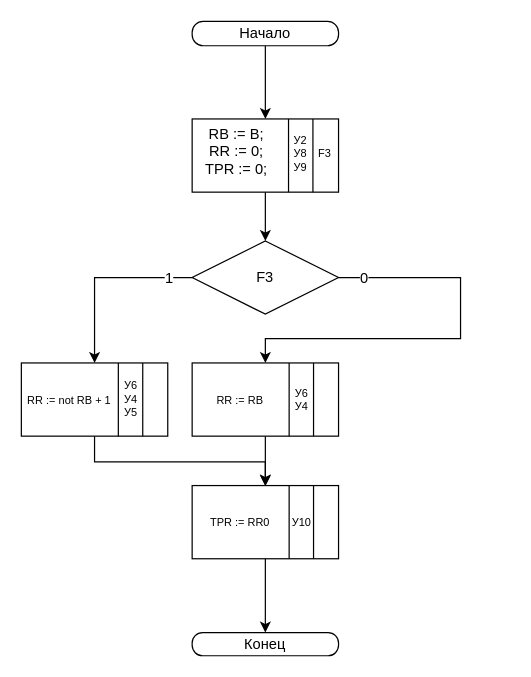
meyakovenkoj/processor-coursework keeps this draw.io diagram as draw.io/microOp2Diagram.drawio. Above is the earlier version. Source tidied: cells renumbered, new cells numbered last; positions are measured from the earlier drawing's top-left corner, leaving out a move shared by most shapes. Both pictures are drawn from the tidied source at 122%, with x=0, y=0 at pixel (21, 21).
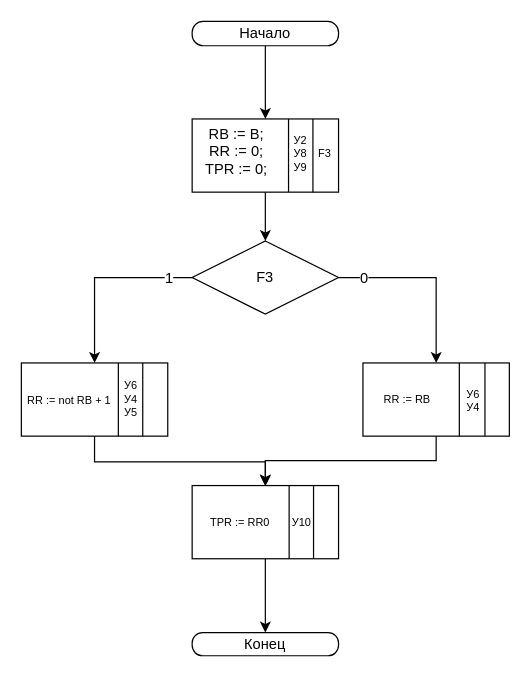
The same diagram, later.

Unchanged cells that the change refers to:
```xml
<mxCell id="16" value="F3" style="rhombus;whiteSpace=wrap;html=1;" parent="1" vertex="1">
  <mxGeometry x="140" y="180" width="120" height="60" as="geometry" />
</mxCell>
<mxCell id="30" style="rounded=0;whiteSpace=wrap;html=1;" parent="1" vertex="1">
  <mxGeometry x="140" y="380.5" width="120" height="60" as="geometry" />
</mxCell>
```

Change to the diagram source:
```diff
@@
     <mxCell id="14" style="edgeStyle=orthogonalEdgeStyle;rounded=0;jettySize=auto;html=1;exitX=1;exitY=0.5;exitDx=0;exitDy=0;jumpSize=6;entryX=0.5;entryY=0;entryDx=0;entryDy=0;" parent="1" edge="1" source="16" target="18">
       <mxGeometry relative="1" as="geometry">
         <Array as="points">
-          <mxPoint x="360" y="210" />
-          <mxPoint x="360" y="260" />
-          <mxPoint x="200" y="260" />
+          <mxPoint x="340" y="210" />
         </Array>
       </mxGeometry>
     </mxCell>
     <mxCell id="15" value="0" style="text;html=1;align=center;verticalAlign=middle;labelBackgroundColor=#ffffff;" parent="14" vertex="1">
       <mxGeometry x="0.15" relative="1" as="geometry">
-        <mxPoint x="-40" y="-50" as="offset" />
+        <mxPoint x="-60" y="-6" as="offset" />
       </mxGeometry>
     </mxCell>
@@
     <mxCell id="17" style="edgeStyle=orthogonalEdgeStyle;rounded=0;jettySize=auto;html=1;entryX=0.5;entryY=0;entryDx=0;entryDy=0;fontSize=11;" parent="1" edge="1" source="18" target="30">
-      <mxGeometry relative="1" as="geometry" />
+      <mxGeometry relative="1" as="geometry">
+        <Array as="points">
+          <mxPoint x="340" y="360" />
+          <mxPoint x="200" y="360" />
+        </Array>
+      </mxGeometry>
     </mxCell>
     <mxCell id="18" style="rounded=0;whiteSpace=wrap;html=1;" parent="1" vertex="1">
-      <mxGeometry x="140" y="280" width="120" height="60" as="geometry" />
+      <mxGeometry x="280" y="280" width="120" height="60" as="geometry" />
     </mxCell>
-    <mxCell id="19" style="endArrow=none;html=1;exitX=0.583;exitY=1;exitDx=0;exitDy=0;exitPerimeter=0;" parent="1" edge="1">
+    <mxCell id="19" style="endArrow=none;html=1;" parent="1" edge="1">
       <mxGeometry relative="1" as="geometry">
-        <mxPoint x="219.5" y="340" as="sourcePoint" />
-        <mxPoint x="219.5" y="280" as="targetPoint" />
+        <mxPoint x="359" y="280" as="sourcePoint" />
+        <mxPoint x="359" y="340" as="targetPoint" />
       </mxGeometry>
     </mxCell>
-    <mxCell id="20" style="endArrow=none;html=1;exitX=0.583;exitY=1;exitDx=0;exitDy=0;exitPerimeter=0;" parent="1" edge="1">
+    <mxCell id="20" style="endArrow=none;html=1;" parent="1" edge="1">
       <mxGeometry relative="1" as="geometry">
-        <mxPoint x="239.5" y="340" as="sourcePoint" />
-        <mxPoint x="239.5" y="280" as="targetPoint" />
+        <mxPoint x="380" y="340" as="sourcePoint" />
+        <mxPoint x="380" y="280" as="targetPoint" />
       </mxGeometry>
     </mxCell>
-    <mxCell id="21" value="RR := RB" style="text;html=1;strokeColor=none;fillColor=none;align=center;verticalAlign=middle;whiteSpace=wrap;rounded=0;fontSize=9;" parent="1" vertex="1">
-      <mxGeometry x="143" y="288" width="73" height="45" as="geometry" />
-    </mxCell>
     <mxCell id="22" value="У6&lt;br&gt;У4" style="text;html=1;strokeColor=none;fillColor=none;align=center;verticalAlign=middle;whiteSpace=wrap;rounded=0;fontSize=9;" parent="1" vertex="1">
-      <mxGeometry x="225" y="300" width="10" height="20" as="geometry" />
+      <mxGeometry x="363" y="300.5" width="15" height="20" as="geometry" />
     </mxCell>
@@
+    <mxCell id="21" value="RR := RB" style="text;html=1;strokeColor=none;fillColor=none;align=center;verticalAlign=middle;whiteSpace=wrap;rounded=0;fontSize=9;" parent="1" vertex="1">
+      <mxGeometry x="280" y="287.5" width="73" height="45" as="geometry" />
+    </mxCell>
```
